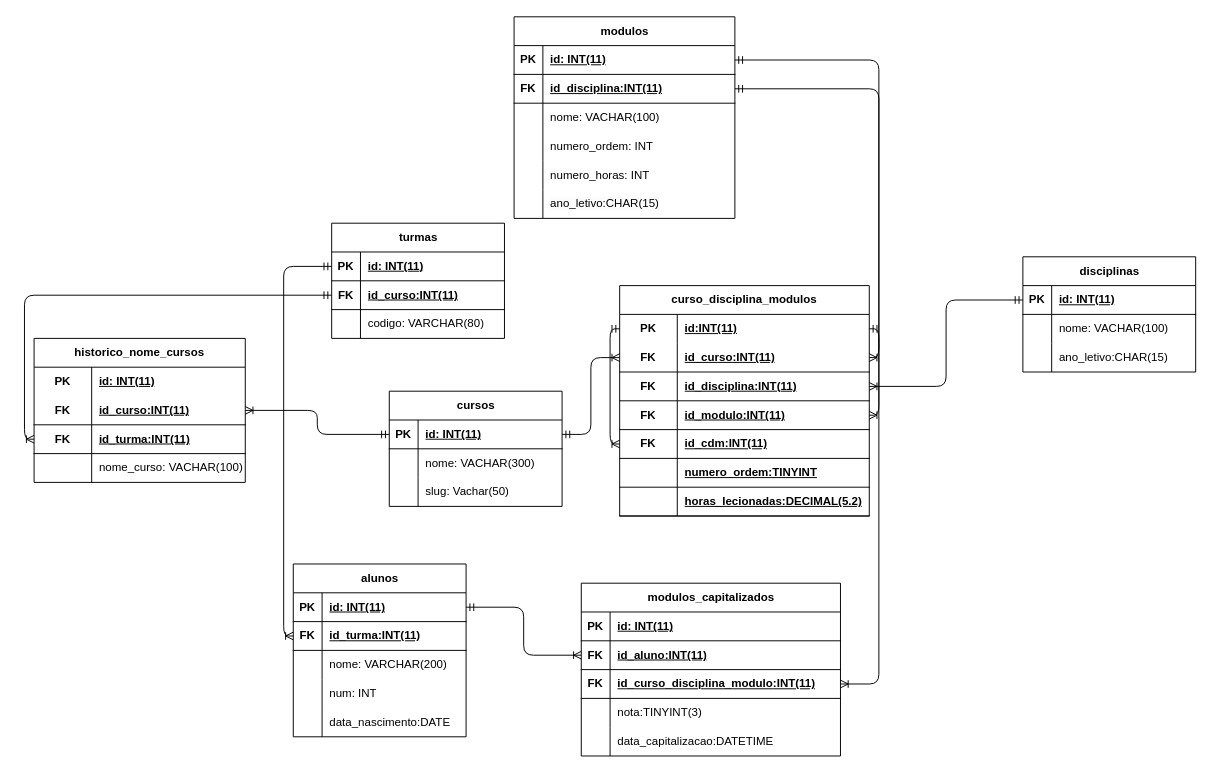
The draw.io diagram Gestor-de-Modulos/gdm_modelo_er.drawio in Henrique-Morais1/Mod15-trabalho_final, before the edit. Source tidied: cells renumbered, new cells numbered last; positions are measured from the earlier drawing's top-left corner, leaving out a move shared by most shapes. Both pictures are drawn from the tidied source at 96%, with x=0, y=0 at pixel (34, 16).
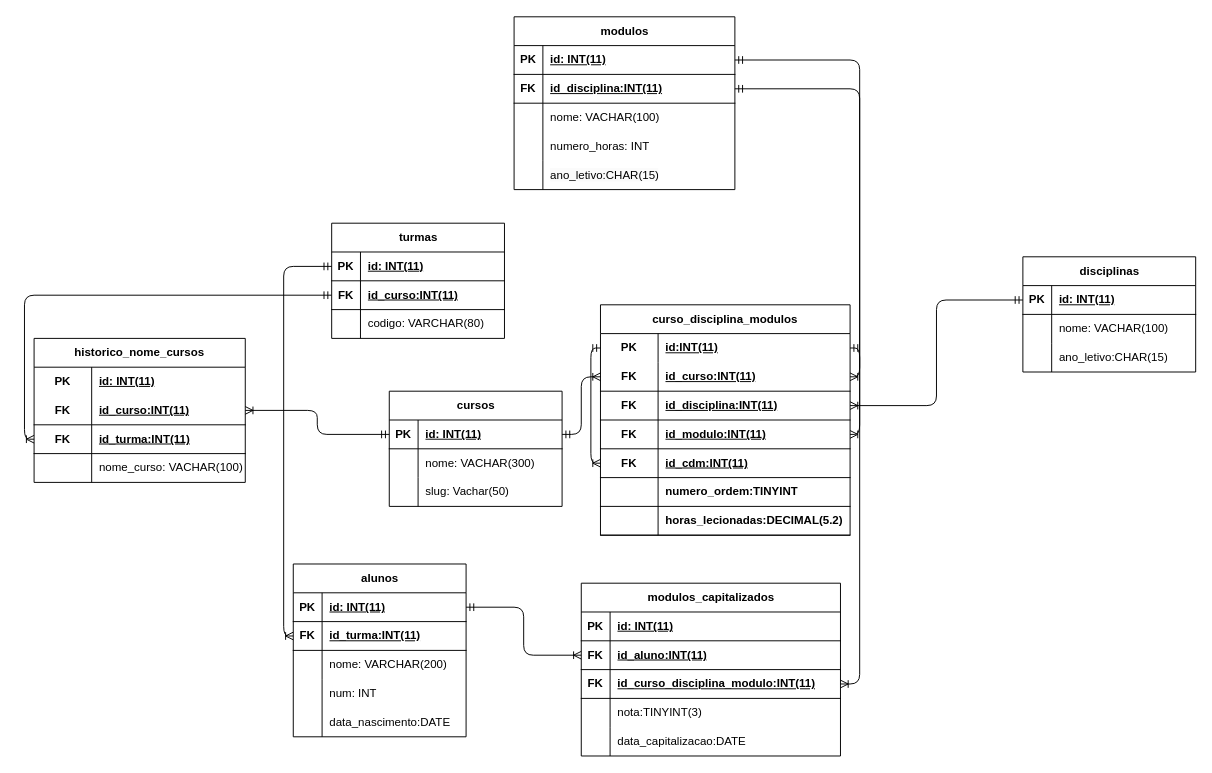
After the change.

The change refers to these unchanged cells:
```xml
<mxCell id="80" style="shape=tableRow;horizontal=0;startSize=0;swimlaneHead=0;swimlaneBody=0;fillColor=none;top=0;left=0;right=0;bottom=0;" parent="67" vertex="1">
  <mxGeometry y="150" width="270" height="30" as="geometry" />
</mxCell>
<mxCell id="102" style="shape=tableRow;horizontal=0;startSize=0;swimlaneHead=0;swimlaneBody=0;fillColor=none;top=0;left=0;right=0;bottom=1;html=1;" parent="86" vertex="1">
  <mxGeometry y="180" width="260" height="30" as="geometry" />
</mxCell>
<mxCell id="105" style="shape=tableRow;horizontal=0;startSize=0;swimlaneHead=0;swimlaneBody=0;fillColor=none;top=0;left=0;right=0;bottom=1;html=1;" parent="86" vertex="1">
  <mxGeometry y="210" width="260" height="30" as="geometry" />
</mxCell>
```

Change to the diagram source:
```diff
@@
     <mxCell id="32" value="modulos" style="shape=table;startSize=30;childLayout=tableLayout;rowLines=0;fontStyle=1;align=center;html=1;" parent="1" vertex="1">
-      <mxGeometry x="500" width="230" height="210" as="geometry" />
+      <mxGeometry x="500" width="230" height="180" as="geometry" />
     </mxCell>
@@
-    <mxCell id="42" style="shape=tableRow;horizontal=0;startSize=0;swimlaneHead=0;swimlaneBody=0;fillColor=none;top=0;left=0;right=0;bottom=0;" parent="32" vertex="1">
-      <mxGeometry y="120" width="230" height="30" as="geometry" />
-    </mxCell>
-    <mxCell id="43" style="shape=partialRectangle;fillColor=none;top=0;left=0;bottom=0;right=0;overflow=hidden;whiteSpace=wrap;html=1;" parent="42" vertex="1">
-      <mxGeometry width="30" height="30" as="geometry" />
-    </mxCell>
-    <mxCell id="44" value="numero_ordem: INT" style="shape=partialRectangle;fillColor=none;top=0;left=0;bottom=0;right=0;align=left;spacingLeft=6;overflow=hidden;whiteSpace=wrap;html=1;" parent="42" vertex="1">
-      <mxGeometry x="30" width="200" height="30" as="geometry" />
-    </mxCell>
     <mxCell id="45" style="shape=tableRow;horizontal=0;startSize=0;swimlaneHead=0;swimlaneBody=0;fillColor=none;top=0;left=0;right=0;bottom=0;" parent="32" vertex="1">
-      <mxGeometry y="150" width="230" height="30" as="geometry" />
+      <mxGeometry y="120" width="230" height="30" as="geometry" />
     </mxCell>
@@
     <mxCell id="48" style="shape=tableRow;horizontal=0;startSize=0;swimlaneHead=0;swimlaneBody=0;fillColor=none;top=0;left=0;right=0;bottom=0;" parent="32" vertex="1">
-      <mxGeometry y="180" width="230" height="30" as="geometry" />
+      <mxGeometry y="150" width="230" height="30" as="geometry" />
     </mxCell>
@@
-    <mxCell id="82" value="data_capitalizacao:DATETIME" style="shape=partialRectangle;fillColor=none;top=0;left=0;bottom=0;right=0;align=left;spacingLeft=6;overflow=hidden;whiteSpace=wrap;html=1;" parent="80" vertex="1">
+    <mxCell id="82" value="data_capitalizacao:DATE" style="shape=partialRectangle;fillColor=none;top=0;left=0;bottom=0;right=0;align=left;spacingLeft=6;overflow=hidden;whiteSpace=wrap;html=1;" parent="80" vertex="1">
       <mxGeometry x="30" width="240" height="30" as="geometry" />
     </mxCell>
@@
     <mxCell id="86" value="curso_disciplina_modulos" style="shape=table;startSize=30;childLayout=tableLayout;rowLines=0;fontStyle=1;align=center;html=1;whiteSpace=wrap;" parent="1" vertex="1">
-      <mxGeometry x="610" y="280" width="260" height="240" as="geometry" />
+      <mxGeometry x="590" y="300" width="260" height="240" as="geometry" />
     </mxCell>
@@
-    <mxCell id="104" value="numero_ordem:TINYINT" style="shape=partialRectangle;fillColor=none;top=0;left=0;bottom=0;right=0;align=left;spacingLeft=6;fontStyle=5;overflow=hidden;html=1;whiteSpace=wrap;" parent="102" vertex="1">
+    <mxCell id="104" value="numero_ordem:TINYINT" style="shape=partialRectangle;fillColor=none;top=0;left=0;bottom=0;right=0;align=left;spacingLeft=6;fontStyle=1;overflow=hidden;html=1;whiteSpace=wrap;" parent="102" vertex="1">
       <mxGeometry x="60" width="200" height="30" as="geometry" />
     </mxCell>
@@
-    <mxCell id="107" value="horas_lecionadas:DECIMAL(5.2)" style="shape=partialRectangle;fillColor=none;top=0;left=0;bottom=0;right=0;align=left;spacingLeft=6;fontStyle=5;overflow=hidden;html=1;whiteSpace=wrap;" parent="105" vertex="1">
+    <mxCell id="107" value="horas_lecionadas:DECIMAL(5.2)" style="shape=partialRectangle;fillColor=none;top=0;left=0;bottom=0;right=0;align=left;spacingLeft=6;fontStyle=1;overflow=hidden;html=1;whiteSpace=wrap;strokeColor=inherit;" parent="105" vertex="1">
       <mxGeometry x="60" width="200" height="30" as="geometry" />
     </mxCell>
```
